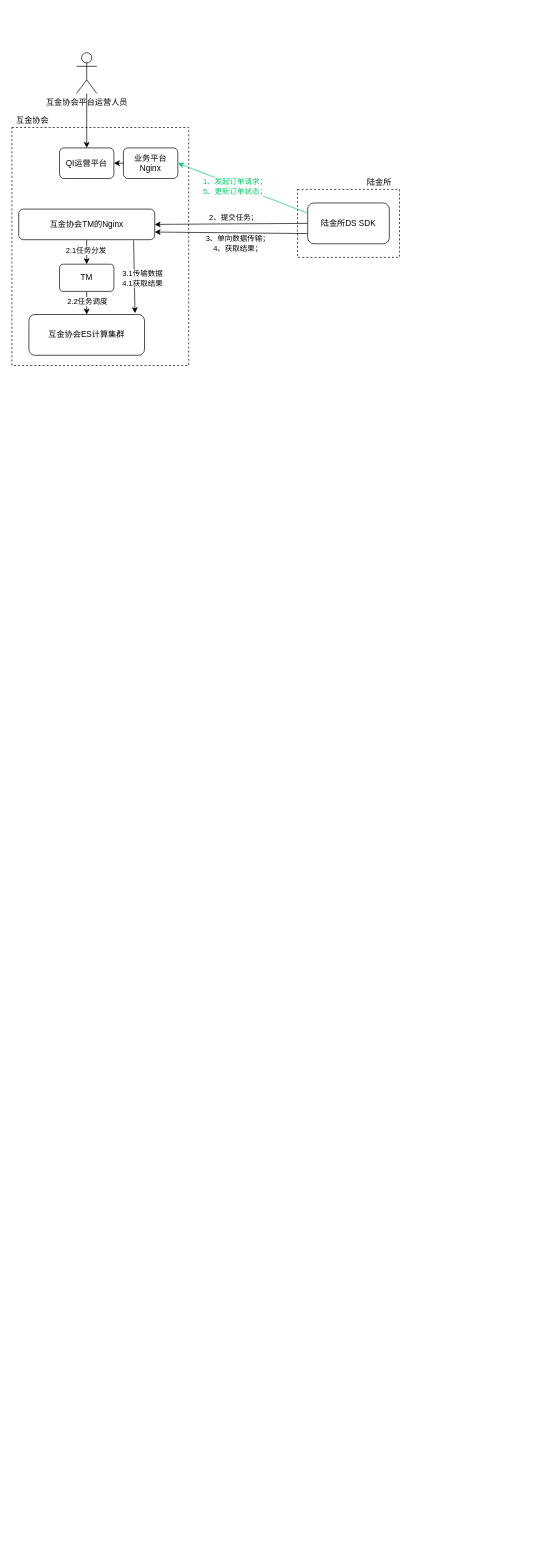
yankaili2006/drawing_io keeps this draw.io diagram as qi_v4.drawio. Above is the earlier version. Source tidied: cells renumbered, new cells numbered last; positions are measured from the earlier drawing's top-left corner, leaving out a move shared by most shapes. Both pictures are drawn from the tidied source at 68%, with x=0, y=0 at pixel (12, 52).
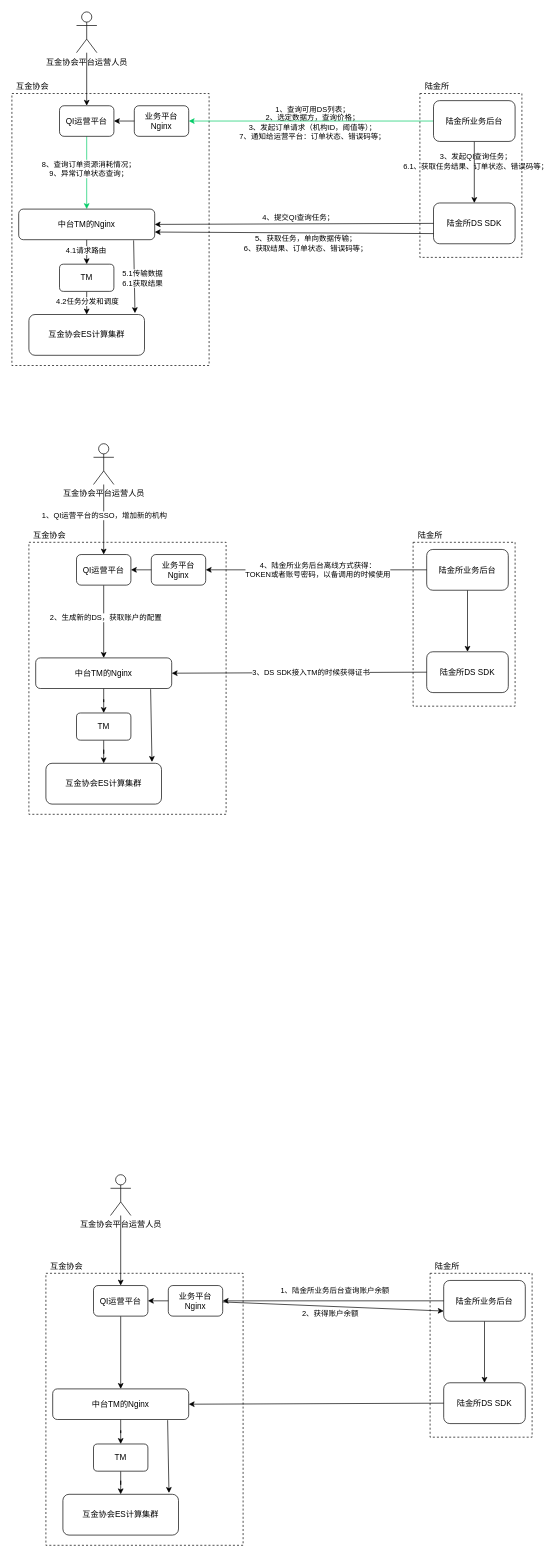
The same page after the edit.

The change refers to these unchanged cells:
```xml
<mxCell id="8" style="edgeStyle=orthogonalEdgeStyle;rounded=0;jettySize=auto;html=1;" parent="1" edge="1" source="10" target="7">
  <mxGeometry relative="1" as="geometry" />
</mxCell>
<mxCell id="10" value="TM" style="rounded=1;whiteSpace=wrap;html=1;" parent="1" vertex="1">
  <mxGeometry x="70" y="311" width="80" height="40" as="geometry" />
</mxCell>
```

The edit, as a diff of the source:
```diff
@@
-    <mxCell id="2" style="rounded=0;whiteSpace=wrap;html=1;dashed=1;strokeWidth=1;shadow=0;glass=0;sketch=0;labelBorderColor=none;" parent="1" vertex="1">
-      <mxGeometry x="420" y="201" width="150" height="100" as="geometry" />
-    </mxCell>
-    <mxCell id="3" style="rounded=0;whiteSpace=wrap;html=1;dashed=1;strokeWidth=1;shadow=0;glass=0;sketch=0;labelBorderColor=none;" parent="1" vertex="1">
-      <mxGeometry y="110" width="260" height="350" as="geometry" />
-    </mxCell>
-    <mxCell id="4" value="QI运营平台" style="rounded=1;whiteSpace=wrap;html=1;" parent="1" vertex="1">
-      <mxGeometry x="70" y="140" width="80" height="45" as="geometry" />
-    </mxCell>
-    <mxCell id="5" style="edgeStyle=orthogonalEdgeStyle;rounded=0;jettySize=auto;html=1;" parent="1" edge="1" source="6" target="4">
-      <mxGeometry relative="1" as="geometry" />
-    </mxCell>
-    <mxCell id="6" value="互金协会平台运营人员" style="shape=umlActor;verticalLabelPosition=bottom;verticalAlign=top;html=1;outlineConnect=0;" parent="1" vertex="1">
-      <mxGeometry x="95" width="30" height="60" as="geometry" />
-    </mxCell>
+    <mxCell id="27" style="rounded=0;whiteSpace=wrap;html=1;dashed=1;strokeWidth=1;shadow=0;glass=0;sketch=0;labelBorderColor=none;" parent="1" vertex="1">
+      <mxGeometry x="600" y="60" width="150" height="241" as="geometry" />
+    </mxCell>
+    <mxCell id="28" style="rounded=0;whiteSpace=wrap;html=1;dashed=1;strokeWidth=1;shadow=0;glass=0;sketch=0;labelBorderColor=none;" parent="1" vertex="1">
+      <mxGeometry y="60" width="290" height="400" as="geometry" />
+    </mxCell>
+    <mxCell id="29" style="edgeStyle=orthogonalEdgeStyle;rounded=0;jettySize=auto;html=1;strokeColor=#00CC66;" parent="1" edge="1" source="31" target="40">
+      <mxGeometry relative="1" as="geometry" />
+    </mxCell>
+    <mxCell id="30" value="8、查询订单资源消耗情况；&lt;br&gt;9、异常订单状态查询；" style="edgeLabel;html=1;align=center;verticalAlign=middle;" parent="29" vertex="1">
+      <mxGeometry x="-0.12" y="2" relative="1" as="geometry" />
+    </mxCell>
+    <mxCell id="31" value="QI运营平台" style="rounded=1;whiteSpace=wrap;html=1;" parent="1" vertex="1">
+      <mxGeometry x="70" y="78" width="80" height="45" as="geometry" />
+    </mxCell>
+    <mxCell id="32" style="edgeStyle=orthogonalEdgeStyle;rounded=0;jettySize=auto;html=1;" parent="1" edge="1" source="33" target="31">
+      <mxGeometry relative="1" as="geometry" />
+    </mxCell>
+    <mxCell id="33" value="互金协会平台运营人员" style="shape=umlActor;verticalLabelPosition=bottom;verticalAlign=top;html=1;outlineConnect=0;" parent="1" vertex="1">
+      <mxGeometry x="95" y="-60" width="30" height="60" as="geometry" />
+    </mxCell>
@@
-    <mxCell id="9" value="2.2任务调度" style="edgeLabel;html=1;align=center;verticalAlign=middle;" parent="8" vertex="1">
-      <mxGeometry x="0.57" y="1" relative="1" as="geometry">
-        <mxPoint x="-1" y="-10" as="offset" />
-      </mxGeometry>
-    </mxCell>
+    <mxCell id="34" value="4.2任务分发和调度" style="edgeLabel;html=1;align=center;verticalAlign=middle;" parent="8" vertex="1">
+      <mxGeometry x="0.57" y="1" relative="1" as="geometry">
+        <mxPoint x="-1" y="-10" as="offset" />
+      </mxGeometry>
+    </mxCell>
@@
-    <mxCell id="11" value="陆金所DS SDK" style="rounded=1;whiteSpace=wrap;html=1;" parent="1" vertex="1">
-      <mxGeometry x="435" y="221" width="120" height="60" as="geometry" />
-    </mxCell>
-    <mxCell id="12" value="&lt;font color=&quot;#000000&quot;&gt;陆金所&lt;/font&gt;" style="text;html=1;align=center;verticalAlign=middle;fontColor=#EA6B66;" parent="1" vertex="1">
-      <mxGeometry x="515" y="181" width="50" height="20" as="geometry" />
-    </mxCell>
-    <mxCell id="13" value="&lt;font color=&quot;#000000&quot;&gt;互金协会&lt;/font&gt;" style="text;html=1;align=center;verticalAlign=middle;fontColor=#EA6B66;" parent="1" vertex="1">
-      <mxGeometry y="90" width="60" height="20" as="geometry" />
-    </mxCell>
-    <mxCell id="14" style="edgeStyle=orthogonalEdgeStyle;rounded=0;jettySize=auto;html=1;" parent="1" edge="1" source="16" target="10">
-      <mxGeometry relative="1" as="geometry" />
-    </mxCell>
-    <mxCell id="15" value="2.1任务分发" style="edgeLabel;html=1;align=center;verticalAlign=middle;" parent="14" vertex="1">
-      <mxGeometry x="0.41" y="-2" relative="1" as="geometry">
-        <mxPoint y="-8" as="offset" />
-      </mxGeometry>
-    </mxCell>
-    <mxCell id="16" value="互金协会TM的Nginx" style="rounded=1;whiteSpace=wrap;html=1;" parent="1" vertex="1">
-      <mxGeometry x="10" y="230" width="200" height="45" as="geometry" />
-    </mxCell>
-    <mxCell id="17" style="endArrow=classic;html=1;exitX=0;exitY=0.5;exitDx=0;exitDy=0;entryX=1;entryY=0.5;entryDx=0;entryDy=0;" parent="1" edge="1" source="11" target="16">
-      <mxGeometry relative="1" as="geometry" />
-    </mxCell>
-    <mxCell id="18" value="2、提交任务；" style="edgeLabel;html=1;align=center;verticalAlign=middle;" parent="17" vertex="1">
-      <mxGeometry x="-0.03" y="-3" relative="1" as="geometry">
-        <mxPoint y="-6" as="offset" />
-      </mxGeometry>
-    </mxCell>
-    <mxCell id="19" style="endArrow=classic;html=1;exitX=0.845;exitY=1.022;exitDx=0;exitDy=0;exitPerimeter=0;" parent="1" edge="1" source="16">
-      <mxGeometry relative="1" as="geometry">
-        <mxPoint x="181" y="383" as="targetPoint" />
-      </mxGeometry>
-    </mxCell>
-    <mxCell id="20" value="3.1传输数据&lt;br&gt;4.1获取结果" style="edgeLabel;html=1;align=center;verticalAlign=middle;" parent="19" vertex="1">
-      <mxGeometry x="0.04" relative="1" as="geometry">
-        <mxPoint x="11" as="offset" />
-      </mxGeometry>
-    </mxCell>
-    <mxCell id="21" style="endArrow=classic;html=1;entryX=1;entryY=0.75;entryDx=0;entryDy=0;exitX=0;exitY=0.75;exitDx=0;exitDy=0;" parent="1" edge="1" source="11" target="16">
-      <mxGeometry relative="1" as="geometry" />
-    </mxCell>
-    <mxCell id="22" value="&lt;div&gt;&lt;span style=&quot;font-size: 11px&quot;&gt;3、单向数据传输；&lt;/span&gt;&lt;/div&gt;&lt;div&gt;&lt;span style=&quot;font-size: 11px&quot;&gt;4、获取结果；&lt;/span&gt;&lt;/div&gt;" style="edgeLabel;html=1;align=center;verticalAlign=middle;" parent="21" vertex="1">
-      <mxGeometry x="-0.08" relative="1" as="geometry">
-        <mxPoint y="16" as="offset" />
-      </mxGeometry>
-    </mxCell>
-    <mxCell id="23" value="业务平台Nginx" style="rounded=1;whiteSpace=wrap;html=1;" parent="1" vertex="1">
-      <mxGeometry x="164" y="140" width="80" height="45" as="geometry" />
-    </mxCell>
-    <mxCell id="24" style="endArrow=classic;html=1;exitX=0;exitY=0.25;exitDx=0;exitDy=0;entryX=1;entryY=0.5;entryDx=0;entryDy=0;strokeColor=#00CC66;" parent="1" edge="1" source="11" target="23">
-      <mxGeometry relative="1" as="geometry" />
-    </mxCell>
-    <mxCell id="25" value="1、发起订单请求；&lt;br&gt;5、更新订单状态；" style="edgeLabel;html=1;align=center;verticalAlign=middle;fontColor=#00CC66;" parent="24" vertex="1">
-      <mxGeometry x="0.11" y="2" relative="1" as="geometry" />
-    </mxCell>
-    <mxCell id="26" style="endArrow=classic;html=1;exitX=0;exitY=0.5;exitDx=0;exitDy=0;entryX=1;entryY=0.5;entryDx=0;entryDy=0;" parent="1" edge="1" source="23" target="4">
-      <mxGeometry relative="1" as="geometry" />
-    </mxCell>
+    <mxCell id="35" value="陆金所DS SDK" style="rounded=1;whiteSpace=wrap;html=1;" parent="1" vertex="1">
+      <mxGeometry x="620" y="221" width="120" height="60" as="geometry" />
+    </mxCell>
+    <mxCell id="36" value="&lt;font color=&quot;#000000&quot;&gt;陆金所&lt;/font&gt;" style="text;html=1;align=center;verticalAlign=middle;fontColor=#EA6B66;" parent="1" vertex="1">
+      <mxGeometry x="600" y="40" width="50" height="20" as="geometry" />
+    </mxCell>
+    <mxCell id="37" value="&lt;font color=&quot;#000000&quot;&gt;互金协会&lt;/font&gt;" style="text;html=1;align=center;verticalAlign=middle;fontColor=#EA6B66;" parent="1" vertex="1">
+      <mxGeometry y="40" width="60" height="20" as="geometry" />
+    </mxCell>
+    <mxCell id="38" style="edgeStyle=orthogonalEdgeStyle;rounded=0;jettySize=auto;html=1;" parent="1" edge="1" source="40" target="10">
+      <mxGeometry relative="1" as="geometry" />
+    </mxCell>
+    <mxCell id="39" value="4.1请求路由" style="edgeLabel;html=1;align=center;verticalAlign=middle;" parent="38" vertex="1">
+      <mxGeometry x="0.41" y="-2" relative="1" as="geometry">
+        <mxPoint y="-8" as="offset" />
+      </mxGeometry>
+    </mxCell>
+    <mxCell id="40" value="中台TM的Nginx" style="rounded=1;whiteSpace=wrap;html=1;" parent="1" vertex="1">
+      <mxGeometry x="10" y="230" width="200" height="45" as="geometry" />
+    </mxCell>
+    <mxCell id="41" style="endArrow=classic;html=1;exitX=0;exitY=0.5;exitDx=0;exitDy=0;entryX=1;entryY=0.5;entryDx=0;entryDy=0;" parent="1" edge="1" source="35" target="40">
+      <mxGeometry relative="1" as="geometry" />
+    </mxCell>
+    <mxCell id="42" value="4、提交QI查询任务；" style="edgeLabel;html=1;align=center;verticalAlign=middle;" parent="41" vertex="1">
+      <mxGeometry x="-0.03" y="-3" relative="1" as="geometry">
+        <mxPoint y="-6" as="offset" />
+      </mxGeometry>
+    </mxCell>
+    <mxCell id="43" style="endArrow=classic;html=1;exitX=0.845;exitY=1.022;exitDx=0;exitDy=0;exitPerimeter=0;" parent="1" edge="1" source="40">
+      <mxGeometry relative="1" as="geometry">
+        <mxPoint x="181" y="383" as="targetPoint" />
+      </mxGeometry>
+    </mxCell>
+    <mxCell id="44" value="5.1传输数据&lt;br&gt;6.1获取结果" style="edgeLabel;html=1;align=center;verticalAlign=middle;" parent="43" vertex="1">
+      <mxGeometry x="0.04" relative="1" as="geometry">
+        <mxPoint x="11" as="offset" />
+      </mxGeometry>
+    </mxCell>
+    <mxCell id="45" style="endArrow=classic;html=1;entryX=1;entryY=0.75;entryDx=0;entryDy=0;exitX=0;exitY=0.75;exitDx=0;exitDy=0;" parent="1" edge="1" source="35" target="40">
+      <mxGeometry relative="1" as="geometry" />
+    </mxCell>
+    <mxCell id="46" value="&lt;div&gt;&lt;span style=&quot;font-size: 11px&quot;&gt;5、获取任务，单向数据传输；&lt;/span&gt;&lt;/div&gt;&lt;div&gt;&lt;span style=&quot;font-size: 11px&quot;&gt;6、获取结果、订单状态、错误码等；&lt;/span&gt;&lt;/div&gt;" style="edgeLabel;html=1;align=center;verticalAlign=middle;labelBackgroundColor=none;" parent="45" vertex="1">
+      <mxGeometry x="-0.08" relative="1" as="geometry">
+        <mxPoint y="16" as="offset" />
+      </mxGeometry>
+    </mxCell>
+    <mxCell id="47" value="业务平台Nginx" style="rounded=1;whiteSpace=wrap;html=1;" parent="1" vertex="1">
+      <mxGeometry x="180" y="78" width="80" height="45" as="geometry" />
+    </mxCell>
+    <mxCell id="48" style="endArrow=classic;html=1;exitX=0;exitY=0.5;exitDx=0;exitDy=0;entryX=1;entryY=0.5;entryDx=0;entryDy=0;strokeColor=#00CC66;" parent="1" edge="1" source="53" target="47">
+      <mxGeometry relative="1" as="geometry" />
+    </mxCell>
+    <mxCell id="49" value="1、查询可用DS列表；&lt;br&gt;2、选定数据方，查询价格；&lt;br&gt;3、发起订单请求（机构ID，阈值等）；&lt;br&gt;7、通知给运营平台：订单状态、错误码等；" style="edgeLabel;html=1;align=center;verticalAlign=middle;labelBackgroundColor=none;" parent="48" vertex="1">
+      <mxGeometry x="0.11" y="2" relative="1" as="geometry">
+        <mxPoint x="21" as="offset" />
+      </mxGeometry>
+    </mxCell>
+    <mxCell id="50" style="endArrow=classic;html=1;exitX=0;exitY=0.5;exitDx=0;exitDy=0;entryX=1;entryY=0.5;entryDx=0;entryDy=0;" parent="1" edge="1" source="47" target="31">
+      <mxGeometry relative="1" as="geometry" />
+    </mxCell>
+    <mxCell id="51" style="edgeStyle=orthogonalEdgeStyle;rounded=0;jettySize=auto;html=1;" parent="1" edge="1" source="53" target="35">
+      <mxGeometry relative="1" as="geometry" />
+    </mxCell>
+    <mxCell id="52" value="3、发起QI查询任务；&lt;br&gt;6.1、获取任务结果、订单状态、错误码等；" style="edgeLabel;html=1;align=center;verticalAlign=middle;labelBackgroundColor=none;" parent="51" vertex="1">
+      <mxGeometry x="-0.36" y="1" relative="1" as="geometry" />
+    </mxCell>
+    <mxCell id="53" value="陆金所业务后台" style="rounded=1;whiteSpace=wrap;html=1;" parent="1" vertex="1">
+      <mxGeometry x="620" y="70.5" width="120" height="60" as="geometry" />
+    </mxCell>
+    <mxCell id="54" style="rounded=0;whiteSpace=wrap;html=1;dashed=1;strokeWidth=1;shadow=0;glass=0;sketch=0;labelBorderColor=none;" parent="1" vertex="1">
+      <mxGeometry x="590" y="720" width="150" height="241" as="geometry" />
+    </mxCell>
+    <mxCell id="55" style="rounded=0;whiteSpace=wrap;html=1;dashed=1;strokeWidth=1;shadow=0;glass=0;sketch=0;labelBorderColor=none;" parent="1" vertex="1">
+      <mxGeometry x="25" y="720" width="290" height="400" as="geometry" />
+    </mxCell>
+    <mxCell id="56" style="edgeStyle=orthogonalEdgeStyle;rounded=0;jettySize=auto;html=1;" parent="1" edge="1" source="58" target="69">
+      <mxGeometry relative="1" as="geometry" />
+    </mxCell>
+    <mxCell id="57" value="2、生成新的DS，获取账户的配置" style="edgeLabel;html=1;align=center;verticalAlign=middle;" parent="56" vertex="1">
+      <mxGeometry x="-0.12" y="2" relative="1" as="geometry" />
+    </mxCell>
+    <mxCell id="58" value="QI运营平台" style="rounded=1;whiteSpace=wrap;html=1;" parent="1" vertex="1">
+      <mxGeometry x="95" y="738" width="80" height="45" as="geometry" />
+    </mxCell>
+    <mxCell id="59" style="edgeStyle=orthogonalEdgeStyle;rounded=0;jettySize=auto;html=1;" parent="1" edge="1" source="61" target="58">
+      <mxGeometry relative="1" as="geometry" />
+    </mxCell>
+    <mxCell id="60" value="1、QI运营平台的SSO，增加新的机构" style="edgeLabel;html=1;align=center;verticalAlign=middle;" parent="59" vertex="1">
+      <mxGeometry x="0.1" relative="1" as="geometry">
+        <mxPoint y="-12" as="offset" />
+      </mxGeometry>
+    </mxCell>
+    <mxCell id="61" value="互金协会平台运营人员" style="shape=umlActor;verticalLabelPosition=bottom;verticalAlign=top;html=1;outlineConnect=0;" parent="1" vertex="1">
+      <mxGeometry x="120" y="575" width="30" height="60" as="geometry" />
+    </mxCell>
+    <mxCell id="62" value="互金协会ES计算集群" style="rounded=1;whiteSpace=wrap;html=1;" parent="1" vertex="1">
+      <mxGeometry x="50" y="1045" width="170" height="60" as="geometry" />
+    </mxCell>
+    <mxCell id="63" style="edgeStyle=orthogonalEdgeStyle;rounded=0;jettySize=auto;html=1;" parent="1" edge="1" source="64" target="62">
+      <mxGeometry relative="1" as="geometry" />
+    </mxCell>
+    <mxCell id="64" value="TM" style="rounded=1;whiteSpace=wrap;html=1;" parent="1" vertex="1">
+      <mxGeometry x="95" y="971" width="80" height="40" as="geometry" />
+    </mxCell>
+    <mxCell id="65" value="陆金所DS SDK" style="rounded=1;whiteSpace=wrap;html=1;" parent="1" vertex="1">
+      <mxGeometry x="610" y="881" width="120" height="60" as="geometry" />
+    </mxCell>
+    <mxCell id="66" value="&lt;font color=&quot;#000000&quot;&gt;陆金所&lt;/font&gt;" style="text;html=1;align=center;verticalAlign=middle;fontColor=#EA6B66;" parent="1" vertex="1">
+      <mxGeometry x="590" y="700" width="50" height="20" as="geometry" />
+    </mxCell>
+    <mxCell id="67" value="&lt;font color=&quot;#000000&quot;&gt;互金协会&lt;/font&gt;" style="text;html=1;align=center;verticalAlign=middle;fontColor=#EA6B66;" parent="1" vertex="1">
+      <mxGeometry x="25" y="700" width="60" height="20" as="geometry" />
+    </mxCell>
+    <mxCell id="68" style="edgeStyle=orthogonalEdgeStyle;rounded=0;jettySize=auto;html=1;" parent="1" edge="1" source="69" target="64">
+      <mxGeometry relative="1" as="geometry" />
+    </mxCell>
+    <mxCell id="69" value="中台TM的Nginx" style="rounded=1;whiteSpace=wrap;html=1;" parent="1" vertex="1">
+      <mxGeometry x="35" y="890" width="200" height="45" as="geometry" />
+    </mxCell>
+    <mxCell id="70" style="endArrow=classic;html=1;exitX=0;exitY=0.5;exitDx=0;exitDy=0;entryX=1;entryY=0.5;entryDx=0;entryDy=0;" parent="1" edge="1" source="65" target="69">
+      <mxGeometry relative="1" as="geometry" />
+    </mxCell>
+    <mxCell id="71" value="3、DS SDK接入TM的时候获得证书" style="edgeLabel;html=1;align=center;verticalAlign=middle;" parent="70" vertex="1">
+      <mxGeometry x="0.15" y="1" relative="1" as="geometry">
+        <mxPoint x="45" y="-1.9" as="offset" />
+      </mxGeometry>
+    </mxCell>
+    <mxCell id="72" style="endArrow=classic;html=1;exitX=0.845;exitY=1.022;exitDx=0;exitDy=0;exitPerimeter=0;" parent="1" edge="1" source="69">
+      <mxGeometry relative="1" as="geometry">
+        <mxPoint x="206" y="1043" as="targetPoint" />
+      </mxGeometry>
+    </mxCell>
+    <mxCell id="73" value="业务平台Nginx" style="rounded=1;whiteSpace=wrap;html=1;" parent="1" vertex="1">
+      <mxGeometry x="205" y="738" width="80" height="45" as="geometry" />
+    </mxCell>
+    <mxCell id="74" style="endArrow=classic;html=1;exitX=0;exitY=0.5;exitDx=0;exitDy=0;entryX=1;entryY=0.5;entryDx=0;entryDy=0;" parent="1" edge="1" source="73" target="58">
+      <mxGeometry relative="1" as="geometry" />
+    </mxCell>
+    <mxCell id="75" style="edgeStyle=orthogonalEdgeStyle;rounded=0;jettySize=auto;html=1;" parent="1" edge="1" source="76" target="65">
+      <mxGeometry relative="1" as="geometry" />
+    </mxCell>
+    <mxCell id="76" value="陆金所业务后台" style="rounded=1;whiteSpace=wrap;html=1;" parent="1" vertex="1">
+      <mxGeometry x="610" y="730.5" width="120" height="60" as="geometry" />
+    </mxCell>
+    <mxCell id="77" style="endArrow=classic;html=1;exitX=0;exitY=0.5;exitDx=0;exitDy=0;entryX=1;entryY=0.5;entryDx=0;entryDy=0;" parent="1" edge="1" source="76" target="73">
+      <mxGeometry relative="1" as="geometry" />
+    </mxCell>
+    <mxCell id="78" value="4、陆金所业务后台离线方式获得：&lt;br&gt;TOKEN或者账号密码，以备调用的时候使用" style="edgeLabel;html=1;align=center;verticalAlign=middle;" parent="77" vertex="1">
+      <mxGeometry x="0.08" y="-1" relative="1" as="geometry">
+        <mxPoint x="15" y="1" as="offset" />
+      </mxGeometry>
+    </mxCell>
+    <mxCell id="79" style="rounded=0;whiteSpace=wrap;html=1;dashed=1;strokeWidth=1;shadow=0;glass=0;sketch=0;labelBorderColor=none;" parent="1" vertex="1">
+      <mxGeometry x="615" y="1795" width="150" height="241" as="geometry" />
+    </mxCell>
+    <mxCell id="80" style="rounded=0;whiteSpace=wrap;html=1;dashed=1;strokeWidth=1;shadow=0;glass=0;sketch=0;labelBorderColor=none;" parent="1" vertex="1">
+      <mxGeometry x="50" y="1795" width="290" height="400" as="geometry" />
+    </mxCell>
+    <mxCell id="81" style="edgeStyle=orthogonalEdgeStyle;rounded=0;jettySize=auto;html=1;" parent="1" edge="1" source="82" target="92">
+      <mxGeometry relative="1" as="geometry" />
+    </mxCell>
+    <mxCell id="82" value="QI运营平台" style="rounded=1;whiteSpace=wrap;html=1;" parent="1" vertex="1">
+      <mxGeometry x="120" y="1813" width="80" height="45" as="geometry" />
+    </mxCell>
+    <mxCell id="83" style="edgeStyle=orthogonalEdgeStyle;rounded=0;jettySize=auto;html=1;" parent="1" edge="1" source="84" target="82">
+      <mxGeometry relative="1" as="geometry" />
+    </mxCell>
+    <mxCell id="84" value="互金协会平台运营人员" style="shape=umlActor;verticalLabelPosition=bottom;verticalAlign=top;html=1;outlineConnect=0;" parent="1" vertex="1">
+      <mxGeometry x="145" y="1650" width="30" height="60" as="geometry" />
+    </mxCell>
+    <mxCell id="85" value="互金协会ES计算集群" style="rounded=1;whiteSpace=wrap;html=1;" parent="1" vertex="1">
+      <mxGeometry x="75" y="2120" width="170" height="60" as="geometry" />
+    </mxCell>
+    <mxCell id="86" style="edgeStyle=orthogonalEdgeStyle;rounded=0;jettySize=auto;html=1;" parent="1" edge="1" source="87" target="85">
+      <mxGeometry relative="1" as="geometry" />
+    </mxCell>
+    <mxCell id="87" value="TM" style="rounded=1;whiteSpace=wrap;html=1;" parent="1" vertex="1">
+      <mxGeometry x="120" y="2046" width="80" height="40" as="geometry" />
+    </mxCell>
+    <mxCell id="88" value="陆金所DS SDK" style="rounded=1;whiteSpace=wrap;html=1;" parent="1" vertex="1">
+      <mxGeometry x="635" y="1956" width="120" height="60" as="geometry" />
+    </mxCell>
+    <mxCell id="89" value="&lt;font color=&quot;#000000&quot;&gt;陆金所&lt;/font&gt;" style="text;html=1;align=center;verticalAlign=middle;fontColor=#EA6B66;" parent="1" vertex="1">
+      <mxGeometry x="615" y="1775" width="50" height="20" as="geometry" />
+    </mxCell>
+    <mxCell id="90" value="&lt;font color=&quot;#000000&quot;&gt;互金协会&lt;/font&gt;" style="text;html=1;align=center;verticalAlign=middle;fontColor=#EA6B66;" parent="1" vertex="1">
+      <mxGeometry x="50" y="1775" width="60" height="20" as="geometry" />
+    </mxCell>
+    <mxCell id="91" style="edgeStyle=orthogonalEdgeStyle;rounded=0;jettySize=auto;html=1;" parent="1" edge="1" source="92" target="87">
+      <mxGeometry relative="1" as="geometry" />
+    </mxCell>
+    <mxCell id="92" value="中台TM的Nginx" style="rounded=1;whiteSpace=wrap;html=1;" parent="1" vertex="1">
+      <mxGeometry x="60" y="1965" width="200" height="45" as="geometry" />
+    </mxCell>
+    <mxCell id="93" style="endArrow=classic;html=1;exitX=0;exitY=0.5;exitDx=0;exitDy=0;entryX=1;entryY=0.5;entryDx=0;entryDy=0;" parent="1" edge="1" source="88" target="92">
+      <mxGeometry relative="1" as="geometry" />
+    </mxCell>
+    <mxCell id="94" style="endArrow=classic;html=1;exitX=0.845;exitY=1.022;exitDx=0;exitDy=0;exitPerimeter=0;" parent="1" edge="1" source="92">
+      <mxGeometry relative="1" as="geometry">
+        <mxPoint x="231" y="2118" as="targetPoint" />
+      </mxGeometry>
+    </mxCell>
+    <mxCell id="95" value="业务平台Nginx" style="rounded=1;whiteSpace=wrap;html=1;" parent="1" vertex="1">
+      <mxGeometry x="230" y="1813" width="80" height="45" as="geometry" />
+    </mxCell>
+    <mxCell id="96" style="endArrow=classic;html=1;exitX=0;exitY=0.5;exitDx=0;exitDy=0;entryX=1;entryY=0.5;entryDx=0;entryDy=0;" parent="1" edge="1" source="95" target="82">
+      <mxGeometry relative="1" as="geometry" />
+    </mxCell>
+    <mxCell id="97" style="edgeStyle=orthogonalEdgeStyle;rounded=0;jettySize=auto;html=1;" parent="1" edge="1" source="98" target="88">
+      <mxGeometry relative="1" as="geometry" />
+    </mxCell>
+    <mxCell id="98" value="陆金所业务后台" style="rounded=1;whiteSpace=wrap;html=1;" parent="1" vertex="1">
+      <mxGeometry x="635" y="1805.5" width="120" height="60" as="geometry" />
+    </mxCell>
+    <mxCell id="99" style="endArrow=classic;html=1;exitX=0;exitY=0.5;exitDx=0;exitDy=0;entryX=1;entryY=0.5;entryDx=0;entryDy=0;" parent="1" edge="1" source="98" target="95">
+      <mxGeometry relative="1" as="geometry" />
+    </mxCell>
+    <mxCell id="100" value="1、陆金所业务后台查询账户余额" style="edgeLabel;html=1;align=center;verticalAlign=middle;" parent="99" vertex="1">
+      <mxGeometry x="0.08" y="-1" relative="1" as="geometry">
+        <mxPoint x="15" y="-14.5" as="offset" />
+      </mxGeometry>
+    </mxCell>
+    <mxCell id="101" style="endArrow=classic;html=1;entryX=0;entryY=0.75;entryDx=0;entryDy=0;" parent="1" edge="1" source="95" target="98">
+      <mxGeometry relative="1" as="geometry" />
+    </mxCell>
+    <mxCell id="102" value="2、获得账户余额" style="edgeLabel;html=1;align=center;verticalAlign=middle;" parent="101" vertex="1">
+      <mxGeometry x="-0.03" y="1" relative="1" as="geometry">
+        <mxPoint y="10.4" as="offset" />
+      </mxGeometry>
+    </mxCell>
```
